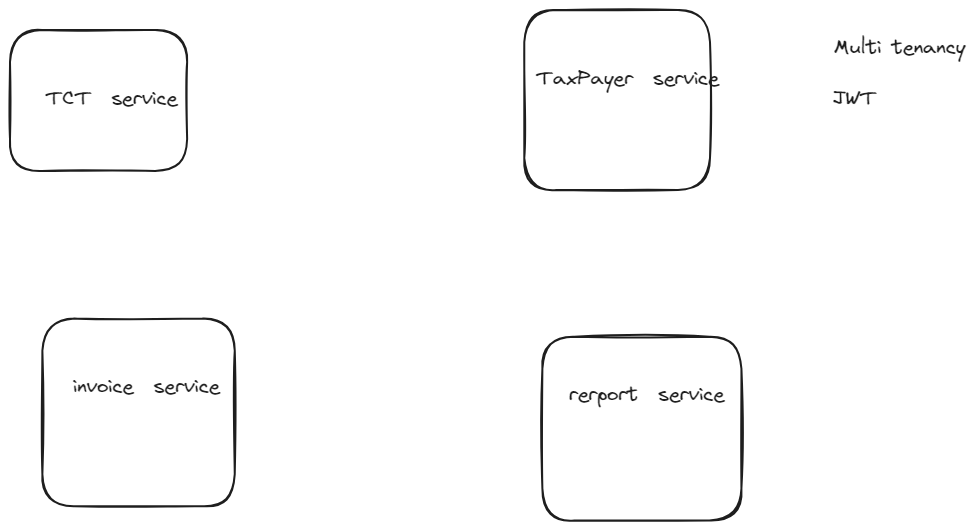
hust20206205/baocao_doan2 keeps this Excalidraw diagram as baocao/pictures/_ap_dung_ban_do_boi_canh/freelancer.main.excalidraw.png. Above is the earlier version. Source tidied: one line per element, renumbered; positions are measured from the earlier drawing's top-left corner, leaving out a move shared by most shapes. Its diagram source:
```json
{"id": 0, "type": "rectangle", "strokeColor": "#1e1e1e", "strokeWidth": 2, "roughness": 1, "round": true, "x": 0, "y": 20, "width": 177, "height": 141}
{"id": 1, "type": "rectangle", "strokeColor": "#1e1e1e", "strokeWidth": 2, "roughness": 1, "round": true, "x": 514, "y": 0, "width": 186, "height": 180}
{"id": 2, "type": "rectangle", "strokeColor": "#1e1e1e", "strokeWidth": 2, "roughness": 1, "round": true, "x": 32, "y": 309, "width": 192, "height": 188}
{"id": 3, "type": "rectangle", "strokeColor": "#1e1e1e", "strokeWidth": 2, "roughness": 1, "round": true, "x": 532, "y": 327, "width": 199, "height": 184}
{"id": 4, "type": "text", "text": "TCT  service  ", "strokeColor": "#1e1e1e", "strokeWidth": 2, "roughness": 1, "fontSize": 20, "fontFamily": 1, "x": 36, "y": 76, "width": 151, "height": 25}
{"id": 5, "type": "text", "text": "TaxPayer  service  ", "strokeColor": "#1e1e1e", "strokeWidth": 2, "roughness": 1, "fontSize": 20, "fontFamily": 1, "x": 527, "y": 56, "width": 202, "height": 25}
{"id": 6, "type": "text", "text": "invoice  service  ", "strokeColor": "#1e1e1e", "strokeWidth": 2, "roughness": 1, "fontSize": 20, "fontFamily": 1, "x": 63, "y": 364, "width": 167, "height": 25}
{"id": 7, "type": "text", "text": "rerport  service  ", "strokeColor": "#1e1e1e", "strokeWidth": 2, "roughness": 1, "fontSize": 20, "fontFamily": 1, "x": 559, "y": 372, "width": 175, "height": 25}
{"id": 8, "type": "text", "text": "Multi tenancy", "strokeColor": "#1e1e1e", "strokeWidth": 2, "roughness": 1, "fontSize": 20, "fontFamily": 1, "x": 824, "y": 25, "width": 131, "height": 25}
{"id": 9, "type": "text", "text": "JWT", "strokeColor": "#1e1e1e", "strokeWidth": 2, "roughness": 1, "fontSize": 20, "fontFamily": 1, "x": 823, "y": 76, "width": 44, "height": 25}
```
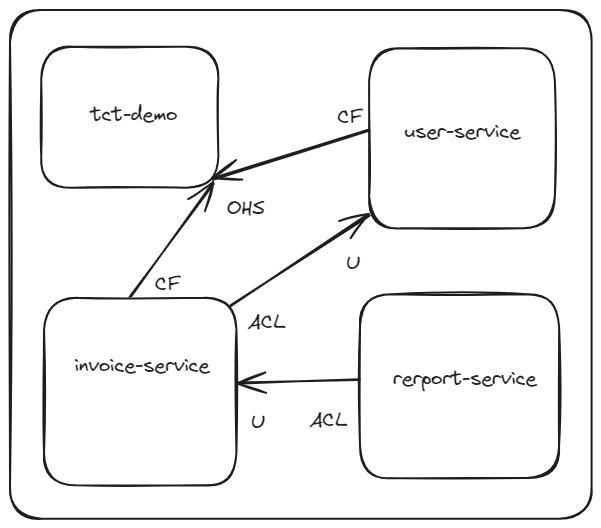
The same diagram one commit later.

Diff of the diagram source:
```diff
@@ -1,10 +1,20 @@
 {"id": 0, "type": "rectangle", "strokeColor": "#1e1e1e", "strokeWidth": 2, "roughness": 1, "round": true, "x": 0, "y": 20, "width": 177, "height": 141}
-{"id": 1, "type": "rectangle", "strokeColor": "#1e1e1e", "strokeWidth": 2, "roughness": 1, "round": true, "x": 514, "y": 0, "width": 186, "height": 180}
+{"id": 1, "type": "rectangle", "strokeColor": "#1e1e1e", "strokeWidth": 2, "roughness": 1, "round": true, "x": 328, "y": 22, "width": 186, "height": 180}
-{"id": 2, "type": "rectangle", "strokeColor": "#1e1e1e", "strokeWidth": 2, "roughness": 1, "round": true, "x": 32, "y": 309, "width": 192, "height": 188}
+{"id": 2, "type": "rectangle", "strokeColor": "#1e1e1e", "strokeWidth": 2, "roughness": 1, "round": true, "x": 3, "y": 271, "width": 192, "height": 188}
-{"id": 3, "type": "rectangle", "strokeColor": "#1e1e1e", "strokeWidth": 2, "roughness": 1, "round": true, "x": 532, "y": 327, "width": 199, "height": 184}
+{"id": 3, "type": "rectangle", "strokeColor": "#1e1e1e", "strokeWidth": 2, "roughness": 1, "round": true, "x": 319, "y": 267, "width": 199, "height": 184}
-{"id": 4, "type": "text", "text": "TCT  service  ", "strokeColor": "#1e1e1e", "strokeWidth": 2, "roughness": 1, "fontSize": 20, "fontFamily": 1, "x": 36, "y": 76, "width": 151, "height": 25}
+{"id": 4, "type": "text", "text": "tct-demo", "strokeColor": "#1e1e1e", "strokeWidth": 2, "roughness": 1, "fontSize": 20, "fontFamily": 1, "x": 49, "y": 75, "width": 87, "height": 25}
-{"id": 5, "type": "text", "text": "TaxPayer  service  ", "strokeColor": "#1e1e1e", "strokeWidth": 2, "roughness": 1, "fontSize": 20, "fontFamily": 1, "x": 527, "y": 56, "width": 202, "height": 25}
+{"id": 5, "type": "text", "text": "user-service  ", "strokeColor": "#1e1e1e", "strokeWidth": 2, "roughness": 1, "fontSize": 20, "fontFamily": 1, "x": 363, "y": 92, "width": 136, "height": 25}
-{"id": 6, "type": "text", "text": "invoice  service  ", "strokeColor": "#1e1e1e", "strokeWidth": 2, "roughness": 1, "fontSize": 20, "fontFamily": 1, "x": 63, "y": 364, "width": 167, "height": 25}
+{"id": 6, "type": "text", "text": "invoice-service", "strokeColor": "#1e1e1e", "strokeWidth": 2, "roughness": 1, "fontSize": 20, "fontFamily": 1, "x": 33, "y": 326, "width": 135, "height": 25}
-{"id": 7, "type": "text", "text": "rerport  service  ", "strokeColor": "#1e1e1e", "strokeWidth": 2, "roughness": 1, "fontSize": 20, "fontFamily": 1, "x": 559, "y": 372, "width": 175, "height": 25}
+{"id": 7, "type": "text", "text": "rerport-service", "strokeColor": "#1e1e1e", "strokeWidth": 2, "roughness": 1, "fontSize": 20, "fontFamily": 1, "x": 352, "y": 339, "width": 143, "height": 25}
-{"id": 8, "type": "text", "text": "Multi tenancy", "strokeColor": "#1e1e1e", "strokeWidth": 2, "roughness": 1, "fontSize": 20, "fontFamily": 1, "x": 824, "y": 25, "width": 131, "height": 25}
-{"id": 9, "type": "text", "text": "JWT", "strokeColor": "#1e1e1e", "strokeWidth": 2, "roughness": 1, "fontSize": 20, "fontFamily": 1, "x": 823, "y": 76, "width": 44, "height": 25}
+{"id": 10, "type": "arrow", "strokeColor": "#1e1e1e", "strokeWidth": 2, "roughness": 1, "endArrowhead": "arrow", "round": true, "x": 190, "y": 279, "width": 139, "height": 91, "points": [[0, 0], [139, -91]]}
+{"id": 11, "type": "arrow", "strokeColor": "#1e1e1e", "strokeWidth": 2, "roughness": 1, "endArrowhead": "arrow", "round": true, "from": 3, "to": 2, "x": 317, "y": 353, "width": 119, "height": 4, "points": [[0, 0], [-119, 4]]}
+{"id": 12, "type": "arrow", "strokeColor": "#1e1e1e", "strokeWidth": 2, "roughness": 1, "endArrowhead": "arrow", "round": true, "x": 328, "y": 103, "width": 157, "height": 49, "points": [[0, 0], [-157, 49]]}
+{"id": 13, "type": "arrow", "strokeColor": "#1e1e1e", "strokeWidth": 2, "roughness": 1, "endArrowhead": "arrow", "round": true, "from": 2, "x": 89, "y": 270, "width": 83, "height": 114, "points": [[0, 0], [83, -114]]}
+{"id": 14, "type": "text", "text": "OHS", "strokeColor": "#1e1e1e", "strokeWidth": 2, "roughness": 1, "fontSize": 20, "fontFamily": 1, "x": 186, "y": 169, "width": 38, "height": 25}
+{"id": 15, "type": "text", "text": "CF", "strokeColor": "#1e1e1e", "strokeWidth": 2, "roughness": 1, "fontSize": 20, "fontFamily": 1, "x": 296, "y": 78, "width": 24, "height": 25}
+{"id": 16, "type": "text", "text": "CF", "strokeColor": "#1e1e1e", "strokeWidth": 2, "roughness": 1, "fontSize": 20, "fontFamily": 1, "x": 114, "y": 246, "width": 24, "height": 25}
+{"id": 17, "type": "text", "text": "U", "strokeColor": "#1e1e1e", "strokeWidth": 2, "roughness": 1, "fontSize": 20, "fontFamily": 1, "x": 305, "y": 224, "width": 14, "height": 25}
+{"id": 18, "type": "text", "text": "ACL", "strokeColor": "#1e1e1e", "strokeWidth": 2, "roughness": 1, "fontSize": 20, "fontFamily": 1, "x": 206, "y": 283, "width": 38, "height": 25}
+{"id": 19, "type": "text", "text": "U", "strokeColor": "#1e1e1e", "strokeWidth": 2, "roughness": 1, "fontSize": 20, "fontFamily": 1, "x": 210, "y": 383, "width": 14, "height": 25}
+{"id": 20, "type": "text", "text": "ACL", "strokeColor": "#1e1e1e", "strokeWidth": 2, "roughness": 1, "fontSize": 20, "fontFamily": 1, "x": 268, "y": 381, "width": 38, "height": 25}
+{"id": 21, "type": "rectangle", "strokeColor": "#1e1e1e", "strokeWidth": 2, "roughness": 1, "round": true, "x": -31, "y": -17, "width": 582, "height": 509}
```
